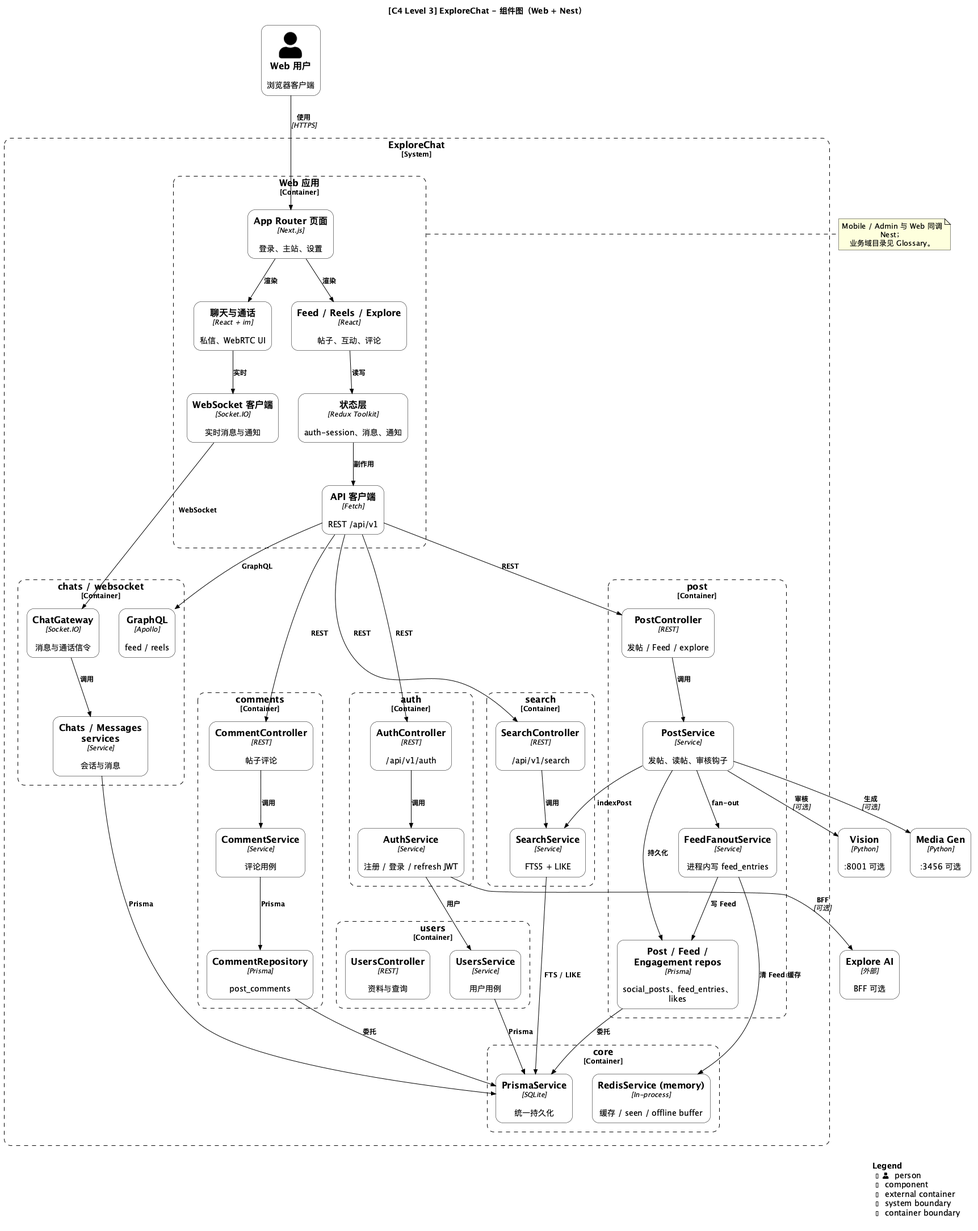
This is docs/developer/c4-model/png/C3-Component.png from felixzhu97/explore-chat, a PlantUML export, as it was before one commit.
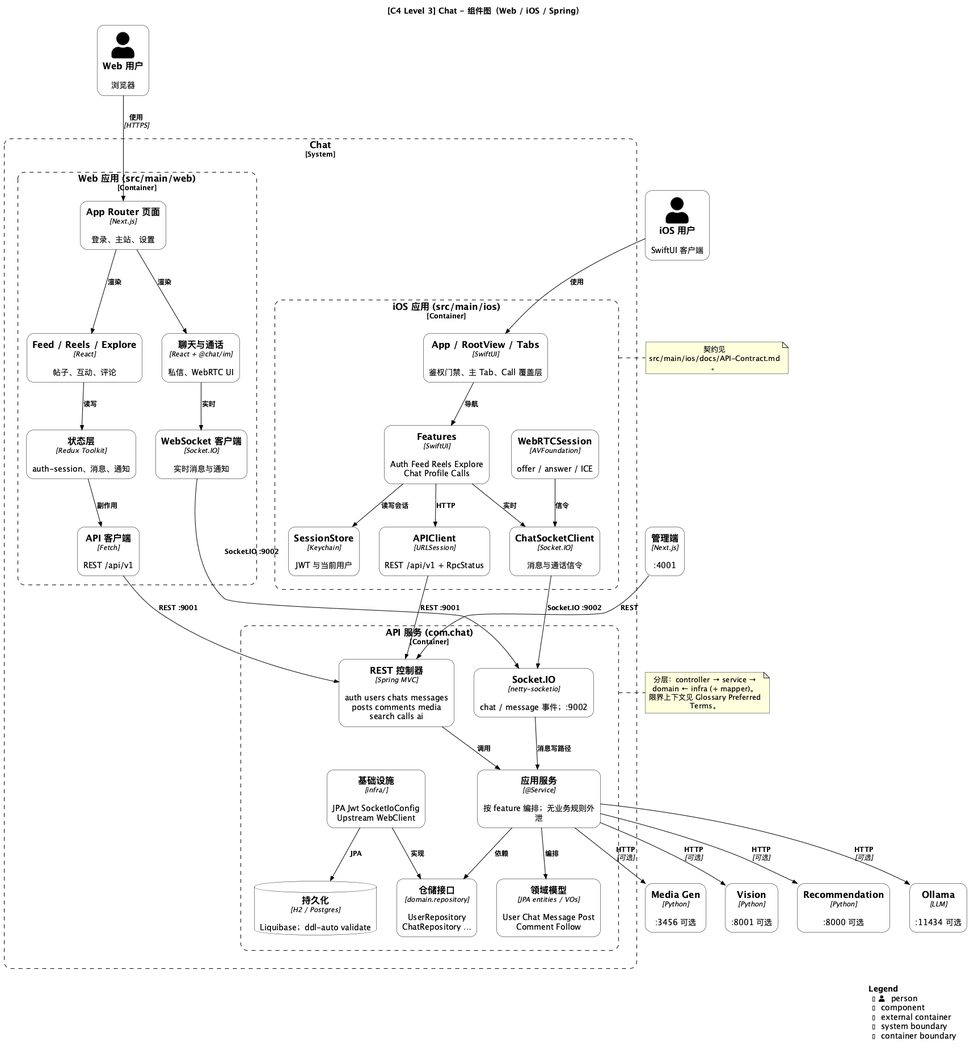
The same diagram one commit later.

Commit message:
Unify C3 component diagram across clients (#115)

What changed in the source:
```diff
@@ -16,101 +16,85 @@
 skinparam shadowing false
 
 LAYOUT_WITH_LEGEND()
-title [C4 Level 3] ExploreChat - 组件图（Web + Nest）
+title [C4 Level 3] Chat - 组件图（Web / iOS / Spring）
 
-Person(user, "Web 用户", "浏览器客户端")
+Person(user_web, "Web 用户", "浏览器")
+Person(user_ios, "iOS 用户", "SwiftUI 客户端")
 
-System_Boundary(explorechat, "ExploreChat") {
-  Container_Boundary(web_app, "Web 应用") {
+System_Boundary(chat, "Chat") {
+
+  Container_Boundary(web_app, "Web 应用 (src/main/web)") {
     Component(pages, "App Router 页面", "Next.js", "登录、主站、设置")
     Component(feed_ui, "Feed / Reels / Explore", "React", "帖子、互动、评论")
-    Component(chat_ui, "聊天与通话", "React + im", "私信、WebRTC UI")
+    Component(chat_ui, "聊天与通话", "React + @chat/im", "私信、WebRTC UI")
     Component(state, "状态层", "Redux Toolkit", "auth-session、消息、通知")
     Component(api_client, "API 客户端", "Fetch", "REST /api/v1")
     Component(ws_client, "WebSocket 客户端", "Socket.IO", "实时消息与通知")
   }
 
-  Container_Boundary(auth_bc, "auth") {
-    Component(auth_ctrl, "AuthController", "REST", "/api/v1/auth")
-    Component(auth_svc, "AuthService", "Service", "注册 / 登录 / refresh JWT")
+  Container_Boundary(ios_app, "iOS 应用 (src/main/ios)") {
+    Component(ios_root, "App / RootView / Tabs", "SwiftUI", "鉴权门禁、主 Tab、Call 覆盖层")
+    Component(ios_features, "Features", "SwiftUI", "Auth Feed Reels Explore Chat Profile Calls")
+    Component(ios_api, "APIClient", "URLSession", "REST /api/v1 + RpcStatus")
+    Component(ios_socket, "ChatSocketClient", "Socket.IO", "消息与通话信令")
+    Component(ios_rtc, "WebRTCSession", "AVFoundation", "offer / answer / ICE")
+    Component(ios_session, "SessionStore", "Keychain", "JWT 与当前用户")
   }
 
-  Container_Boundary(users_bc, "users") {
-    Component(users_ctrl, "UsersController", "REST", "资料与查询")
-    Component(users_svc, "UsersService", "Service", "用户用例")
-  }
-
-  Container_Boundary(post_bc, "post") {
-    Component(post_ctrl, "PostController", "REST", "发帖 / Feed / explore")
-    Component(post_svc, "PostService", "Service", "发帖、读帖、审核钩子")
-    Component(fanout_svc, "FeedFanoutService", "Service", "进程内写 feed_entries")
-    Component(post_repo, "Post / Feed / Engagement repos", "Prisma", "social_posts、feed_entries、likes")
-  }
-
-  Container_Boundary(comments_bc, "comments") {
-    Component(comment_ctrl, "CommentController", "REST", "帖子评论")
-    Component(comment_svc, "CommentService", "Service", "评论用例")
-    Component(comment_repo, "CommentRepository", "Prisma", "post_comments")
-  }
-
-  Container_Boundary(search_bc, "search") {
-    Component(search_ctrl, "SearchController", "REST", "/api/v1/search")
-    Component(search_svc, "SearchService", "Service", "FTS5 + LIKE")
-  }
-
-  Container_Boundary(realtime_bc, "chats / websocket") {
-    Component(graphql_api, "GraphQL", "Apollo", "feed / reels")
-    Component(websocket, "ChatGateway", "Socket.IO", "消息与通话信令")
-    Component(chat_svc, "Chats / Messages services", "Service", "会话与消息")
-  }
-
-  Container_Boundary(shared_infra, "core") {
-    Component(prisma, "PrismaService", "SQLite", "统一持久化")
-    Component(mem_cache, "RedisService (memory)", "In-process", "缓存 / seen / offline buffer")
+  Container_Boundary(api_server, "API 服务 (com.chat)") {
+    Component(controllers, "REST 控制器", "Spring MVC", "auth users chats messages posts comments media search calls ai")
+    Component(websocket, "Socket.IO", "netty-socketio", "chat / message 事件；:9002")
+    Component(app_services, "应用服务", "@Service", "按 feature 编排；无业务规则外泄")
+    Component(domain_model, "领域模型", "JPA entities / VOs", "User Chat Message Post Comment Follow")
+    Component(domain_repos, "仓储接口", "domain.repository", "UserRepository ChatRepository …")
+    Component(infra_adapters, "基础设施", "infra/", "JPA Jwt SocketIoConfig Upstream WebClient")
+    ComponentDb(jpa_store, "持久化", "H2 / Postgres", "Liquibase；ddl-auto validate")
   }
 }
 
+Container_Ext(admin_app, "管理端", "Next.js", ":4001")
 Container_Ext(media_gen, "Media Gen", "Python", ":3456 可选")
 Container_Ext(vision, "Vision", "Python", ":8001 可选")
-Container_Ext(explore_ai, "Explore AI", "外部", "BFF 可选")
+Container_Ext(recommendation, "Recommendation", "Python", ":8000 可选")
+Container_Ext(ollama, "Ollama", "LLM", ":11434 可选")
 
-Rel(user, pages, "使用", "HTTPS")
+Rel(user_web, pages, "使用", "HTTPS")
+Rel(user_ios, ios_root, "使用")
 Rel(pages, feed_ui, "渲染")
 Rel(pages, chat_ui, "渲染")
 Rel(feed_ui, state, "读写")
 Rel(chat_ui, ws_client, "实时")
 Rel(state, api_client, "副作用")
-Rel(api_client, auth_ctrl, "REST")
-Rel(api_client, post_ctrl, "REST")
-Rel(api_client, comment_ctrl, "REST")
-Rel(api_client, search_ctrl, "REST")
-Rel(api_client, graphql_api, "GraphQL")
-Rel(ws_client, websocket, "WebSocket")
+Rel(api_client, controllers, "REST :9001")
+Rel(ws_client, websocket, "Socket.IO :9002")
 
-Rel(auth_ctrl, auth_svc, "调用")
-Rel(auth_svc, users_svc, "用户")
-Rel(users_svc, prisma, "Prisma")
-Rel(post_ctrl, post_svc, "调用")
-Rel(post_svc, post_repo, "持久化")
-Rel(post_svc, fanout_svc, "fan-out")
-Rel(post_svc, search_svc, "indexPost")
-Rel(fanout_svc, post_repo, "写 Feed")
-Rel(fanout_svc, mem_cache, "清 Feed 缓存")
-Rel(comment_ctrl, comment_svc, "调用")
-Rel(comment_svc, comment_repo, "Prisma")
-Rel(search_ctrl, search_svc, "调用")
-Rel(search_svc, prisma, "FTS / LIKE")
-Rel(post_repo, prisma, "委托")
-Rel(comment_repo, prisma, "委托")
-Rel(websocket, chat_svc, "调用")
-Rel(chat_svc, prisma, "Prisma")
-Rel(post_svc, vision, "审核", "可选")
-Rel(post_svc, media_gen, "生成", "可选")
-Rel(auth_svc, explore_ai, "BFF", "可选")
+Rel(ios_root, ios_features, "导航")
+Rel(ios_features, ios_api, "HTTP")
+Rel(ios_features, ios_socket, "实时")
+Rel(ios_features, ios_session, "读写会话")
+Rel(ios_rtc, ios_socket, "信令")
+Rel(ios_api, controllers, "REST :9001")
+Rel(ios_socket, websocket, "Socket.IO :9002")
 
-note right of web_app
-  Mobile / Admin 与 Web 同调 Nest；
-  业务域目录见 Glossary。
+Rel(admin_app, controllers, "REST")
+Rel(controllers, app_services, "调用")
+Rel(websocket, app_services, "消息写路径")
+Rel(app_services, domain_repos, "依赖")
+Rel(app_services, domain_model, "编排")
+Rel(infra_adapters, domain_repos, "实现")
+Rel(infra_adapters, jpa_store, "JPA")
+Rel(app_services, media_gen, "HTTP", "可选")
+Rel(app_services, vision, "HTTP", "可选")
+Rel(app_services, recommendation, "HTTP", "可选")
+Rel(app_services, ollama, "HTTP", "可选")
+
+note right of api_server
+  分层：controller → service → domain ← infra (+ mapper)。
+  限界上下文见 Glossary Preferred Terms。
+end note
+
+note right of ios_app
+  契约见 src/main/ios/docs/API-Contract.md。
 end note
 
 SHOW_LEGEND()
```
